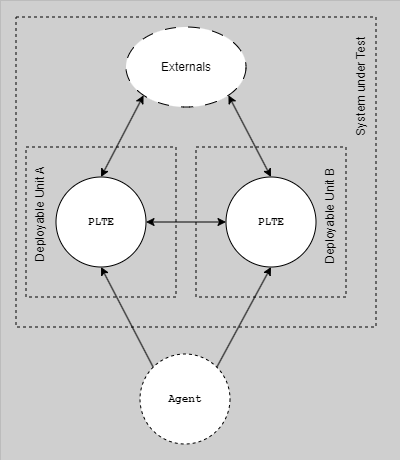
The draw.io diagram docs/assets/testing/env-he2e.drawio.png in ready-to-release/eac, before a commit. Source tidied: cells renumbered, new cells last; positions are measured from the earlier drawing's top-left corner, leaving out a move shared by most shapes. Source of this version:
```xml
<mxGraphModel background="#CFCFCF">
  <root>
    <mxCell id="0" />
    <mxCell id="1" parent="0" />
    <mxCell id="2" style="group;strokeColor=#616161;dashed=1;dashPattern=12 12;strokeWidth=0;" parent="1" vertex="1">
      <mxGeometry x="26" width="400" height="460" as="geometry" />
    </mxCell>
    <mxCell id="3" value="PLTE" style="ellipse;whiteSpace=wrap;html=1;strokeColor=default;fontSize=11;fontStyle=1;fontFamily=Courier New;" parent="1" vertex="1">
      <mxGeometry x="81.5" y="176.5" width="90" height="90" as="geometry" />
    </mxCell>
    <mxCell id="4" value="PLTE" style="ellipse;whiteSpace=wrap;html=1;strokeColor=default;fontSize=11;fontStyle=1;fontFamily=Courier New;" parent="1" vertex="1">
      <mxGeometry x="251.5" y="176.5" width="90" height="90" as="geometry" />
    </mxCell>
    <mxCell id="5" style="endArrow=classic;startArrow=classic;html=1;rounded=0;exitX=1;exitY=0.5;exitDx=0;exitDy=0;entryX=0;entryY=0.5;entryDx=0;entryDy=0;" parent="1" edge="1" source="3" target="4">
      <mxGeometry relative="1" as="geometry" />
    </mxCell>
    <mxCell id="6" value="Externals" style="ellipse;whiteSpace=wrap;html=1;dashed=1;dashPattern=12 12;" parent="1" vertex="1">
      <mxGeometry x="151.5" y="26.5" width="120" height="80" as="geometry" />
    </mxCell>
    <mxCell id="7" style="endArrow=classic;html=1;rounded=0;entryX=1;entryY=1;entryDx=0;entryDy=0;exitX=0.5;exitY=0;exitDx=0;exitDy=0;startArrow=classic;startFill=1;" parent="1" edge="1" source="4" target="6">
      <mxGeometry relative="1" as="geometry" />
    </mxCell>
    <mxCell id="8" style="endArrow=classic;html=1;rounded=0;entryX=0;entryY=1;entryDx=0;entryDy=0;exitX=0.5;exitY=0;exitDx=0;exitDy=0;startArrow=classic;startFill=1;" parent="1" edge="1" source="3" target="6">
      <mxGeometry relative="1" as="geometry" />
    </mxCell>
    <mxCell id="9" style="group;strokeColor=#000000;dashed=1;strokeWidth=1;" parent="1" vertex="1">
      <mxGeometry x="51.5" y="146.5" width="150" height="150" as="geometry" />
    </mxCell>
    <mxCell id="10" style="group;strokeColor=#000000;dashed=1;strokeWidth=1;" parent="1" vertex="1">
      <mxGeometry x="221.5" y="146.5" width="150" height="150" as="geometry" />
    </mxCell>
    <mxCell id="11" value="Deployable Unit A" style="text;html=1;strokeColor=none;fillColor=none;align=center;verticalAlign=middle;whiteSpace=wrap;rounded=0;rotation=-90;" parent="1" vertex="1">
      <mxGeometry x="0.5" y="204.5" width="130" height="20" as="geometry" />
    </mxCell>
    <mxCell id="12" value="Deployable Unit B" style="text;html=1;strokeColor=none;fillColor=none;align=center;verticalAlign=middle;whiteSpace=wrap;rounded=0;rotation=-90;" parent="1" vertex="1">
      <mxGeometry x="290.5" y="206.5" width="130" height="20" as="geometry" />
    </mxCell>
    <mxCell id="13" style="group;strokeColor=#000000;dashed=1;strokeWidth=1;" parent="1" vertex="1">
      <mxGeometry x="41.5" y="16.5" width="360" height="310" as="geometry" />
    </mxCell>
    <mxCell id="14" value="System under Test" style="text;html=1;strokeColor=none;fillColor=none;align=center;verticalAlign=middle;whiteSpace=wrap;rounded=0;rotation=-90;" parent="1" vertex="1">
      <mxGeometry x="321.5" y="76.5" width="130" height="20" as="geometry" />
    </mxCell>
    <mxCell id="15" value="Agent" style="ellipse;whiteSpace=wrap;html=1;strokeColor=default;fontSize=11;fontStyle=1;fontFamily=Courier New;dashed=1;" parent="1" vertex="1">
      <mxGeometry x="165.5" y="353.5" width="90" height="90" as="geometry" />
    </mxCell>
    <mxCell id="16" style="endArrow=classic;html=1;rounded=0;entryX=0.5;entryY=1;entryDx=0;entryDy=0;exitX=0;exitY=0;exitDx=0;exitDy=0;" parent="1" edge="1" source="15" target="3">
      <mxGeometry relative="1" as="geometry" />
    </mxCell>
    <mxCell id="17" style="endArrow=classic;html=1;rounded=0;entryX=0.5;entryY=1;entryDx=0;entryDy=0;exitX=1;exitY=0;exitDx=0;exitDy=0;" parent="1" edge="1" source="15" target="4">
      <mxGeometry relative="1" as="geometry" />
    </mxCell>
  </root>
</mxGraphModel>
```
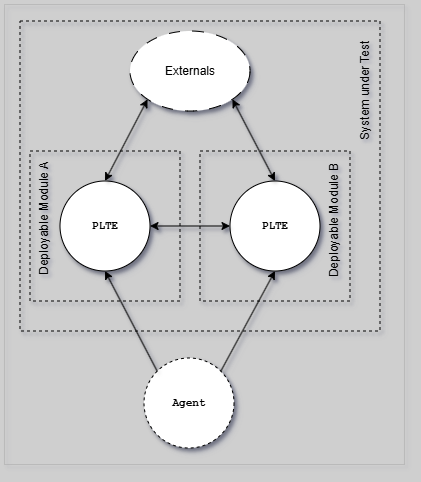
After the change.

What changed in the source:
```diff
@@ -1,53 +1,53 @@
-<mxGraphModel background="#CFCFCF">
+<mxGraphModel background="#CFCFCF" shadow="1">
   <root>
     <mxCell id="0" />
     <mxCell id="1" parent="0" />
-    <mxCell id="2" style="group;strokeColor=#616161;dashed=1;dashPattern=12 12;strokeWidth=0;" parent="1" vertex="1">
+    <mxCell id="2" style="group;strokeColor=#616161;dashed=1;dashPattern=12 12;strokeWidth=0;shadow=1;" parent="1" vertex="1">
       <mxGeometry x="26" width="400" height="460" as="geometry" />
     </mxCell>
-    <mxCell id="3" value="PLTE" style="ellipse;whiteSpace=wrap;html=1;strokeColor=default;fontSize=11;fontStyle=1;fontFamily=Courier New;" parent="1" vertex="1">
+    <mxCell id="3" value="PLTE" style="ellipse;whiteSpace=wrap;html=1;strokeColor=default;fontSize=11;fontStyle=1;fontFamily=Courier New;shadow=1;" parent="1" vertex="1">
       <mxGeometry x="81.5" y="176.5" width="90" height="90" as="geometry" />
     </mxCell>
-    <mxCell id="4" value="PLTE" style="ellipse;whiteSpace=wrap;html=1;strokeColor=default;fontSize=11;fontStyle=1;fontFamily=Courier New;" parent="1" vertex="1">
+    <mxCell id="4" value="PLTE" style="ellipse;whiteSpace=wrap;html=1;strokeColor=default;fontSize=11;fontStyle=1;fontFamily=Courier New;shadow=1;" parent="1" vertex="1">
       <mxGeometry x="251.5" y="176.5" width="90" height="90" as="geometry" />
     </mxCell>
-    <mxCell id="5" style="endArrow=classic;startArrow=classic;html=1;rounded=0;exitX=1;exitY=0.5;exitDx=0;exitDy=0;entryX=0;entryY=0.5;entryDx=0;entryDy=0;" parent="1" edge="1" source="3" target="4">
+    <mxCell id="5" style="endArrow=classic;startArrow=classic;html=1;rounded=0;exitX=1;exitY=0.5;exitDx=0;exitDy=0;entryX=0;entryY=0.5;entryDx=0;entryDy=0;shadow=1;" parent="1" edge="1" source="3" target="4">
       <mxGeometry relative="1" as="geometry" />
     </mxCell>
-    <mxCell id="6" value="Externals" style="ellipse;whiteSpace=wrap;html=1;dashed=1;dashPattern=12 12;" parent="1" vertex="1">
+    <mxCell id="6" value="Externals" style="ellipse;whiteSpace=wrap;html=1;dashed=1;dashPattern=12 12;shadow=1;" parent="1" vertex="1">
       <mxGeometry x="151.5" y="26.5" width="120" height="80" as="geometry" />
     </mxCell>
-    <mxCell id="7" style="endArrow=classic;html=1;rounded=0;entryX=1;entryY=1;entryDx=0;entryDy=0;exitX=0.5;exitY=0;exitDx=0;exitDy=0;startArrow=classic;startFill=1;" parent="1" edge="1" source="4" target="6">
+    <mxCell id="7" style="endArrow=classic;html=1;rounded=0;entryX=1;entryY=1;entryDx=0;entryDy=0;exitX=0.5;exitY=0;exitDx=0;exitDy=0;startArrow=classic;startFill=1;shadow=1;" parent="1" edge="1" source="4" target="6">
       <mxGeometry relative="1" as="geometry" />
     </mxCell>
-    <mxCell id="8" style="endArrow=classic;html=1;rounded=0;entryX=0;entryY=1;entryDx=0;entryDy=0;exitX=0.5;exitY=0;exitDx=0;exitDy=0;startArrow=classic;startFill=1;" parent="1" edge="1" source="3" target="6">
+    <mxCell id="8" style="endArrow=classic;html=1;rounded=0;entryX=0;entryY=1;entryDx=0;entryDy=0;exitX=0.5;exitY=0;exitDx=0;exitDy=0;startArrow=classic;startFill=1;shadow=1;" parent="1" edge="1" source="3" target="6">
       <mxGeometry relative="1" as="geometry" />
     </mxCell>
-    <mxCell id="9" style="group;strokeColor=#000000;dashed=1;strokeWidth=1;" parent="1" vertex="1">
+    <mxCell id="9" style="group;strokeColor=#000000;dashed=1;strokeWidth=1;shadow=1;" parent="1" vertex="1">
       <mxGeometry x="51.5" y="146.5" width="150" height="150" as="geometry" />
     </mxCell>
-    <mxCell id="10" style="group;strokeColor=#000000;dashed=1;strokeWidth=1;" parent="1" vertex="1">
+    <mxCell id="10" style="group;strokeColor=#000000;dashed=1;strokeWidth=1;shadow=1;" parent="1" vertex="1">
       <mxGeometry x="221.5" y="146.5" width="150" height="150" as="geometry" />
     </mxCell>
-    <mxCell id="11" value="Deployable Unit A" style="text;html=1;strokeColor=none;fillColor=none;align=center;verticalAlign=middle;whiteSpace=wrap;rounded=0;rotation=-90;" parent="1" vertex="1">
+    <mxCell id="11" value="Deployable Module A" style="text;html=1;strokeColor=none;fillColor=none;align=center;verticalAlign=middle;whiteSpace=wrap;rounded=0;rotation=-90;shadow=1;" parent="1" vertex="1">
       <mxGeometry x="0.5" y="204.5" width="130" height="20" as="geometry" />
     </mxCell>
-    <mxCell id="12" value="Deployable Unit B" style="text;html=1;strokeColor=none;fillColor=none;align=center;verticalAlign=middle;whiteSpace=wrap;rounded=0;rotation=-90;" parent="1" vertex="1">
+    <mxCell id="12" value="Deployable Module B" style="text;html=1;strokeColor=none;fillColor=none;align=center;verticalAlign=middle;whiteSpace=wrap;rounded=0;rotation=-90;shadow=1;" parent="1" vertex="1">
       <mxGeometry x="290.5" y="206.5" width="130" height="20" as="geometry" />
     </mxCell>
-    <mxCell id="13" style="group;strokeColor=#000000;dashed=1;strokeWidth=1;" parent="1" vertex="1">
+    <mxCell id="13" style="group;strokeColor=#000000;dashed=1;strokeWidth=1;shadow=1;" parent="1" vertex="1">
       <mxGeometry x="41.5" y="16.5" width="360" height="310" as="geometry" />
     </mxCell>
-    <mxCell id="14" value="System under Test" style="text;html=1;strokeColor=none;fillColor=none;align=center;verticalAlign=middle;whiteSpace=wrap;rounded=0;rotation=-90;" parent="1" vertex="1">
+    <mxCell id="14" value="System under Test" style="text;html=1;strokeColor=none;fillColor=none;align=center;verticalAlign=middle;whiteSpace=wrap;rounded=0;rotation=-90;shadow=1;" parent="1" vertex="1">
       <mxGeometry x="321.5" y="76.5" width="130" height="20" as="geometry" />
     </mxCell>
-    <mxCell id="15" value="Agent" style="ellipse;whiteSpace=wrap;html=1;strokeColor=default;fontSize=11;fontStyle=1;fontFamily=Courier New;dashed=1;" parent="1" vertex="1">
+    <mxCell id="15" value="Agent" style="ellipse;whiteSpace=wrap;html=1;strokeColor=default;fontSize=11;fontStyle=1;fontFamily=Courier New;dashed=1;shadow=1;" parent="1" vertex="1">
       <mxGeometry x="165.5" y="353.5" width="90" height="90" as="geometry" />
     </mxCell>
-    <mxCell id="16" style="endArrow=classic;html=1;rounded=0;entryX=0.5;entryY=1;entryDx=0;entryDy=0;exitX=0;exitY=0;exitDx=0;exitDy=0;" parent="1" edge="1" source="15" target="3">
+    <mxCell id="16" style="endArrow=classic;html=1;rounded=0;entryX=0.5;entryY=1;entryDx=0;entryDy=0;exitX=0;exitY=0;exitDx=0;exitDy=0;shadow=1;" parent="1" edge="1" source="15" target="3">
       <mxGeometry relative="1" as="geometry" />
     </mxCell>
-    <mxCell id="17" style="endArrow=classic;html=1;rounded=0;entryX=0.5;entryY=1;entryDx=0;entryDy=0;exitX=1;exitY=0;exitDx=0;exitDy=0;" parent="1" edge="1" source="15" target="4">
+    <mxCell id="17" style="endArrow=classic;html=1;rounded=0;entryX=0.5;entryY=1;entryDx=0;entryDy=0;exitX=1;exitY=0;exitDx=0;exitDy=0;shadow=1;" parent="1" edge="1" source="15" target="4">
       <mxGeometry relative="1" as="geometry" />
     </mxCell>
   </root>
```
